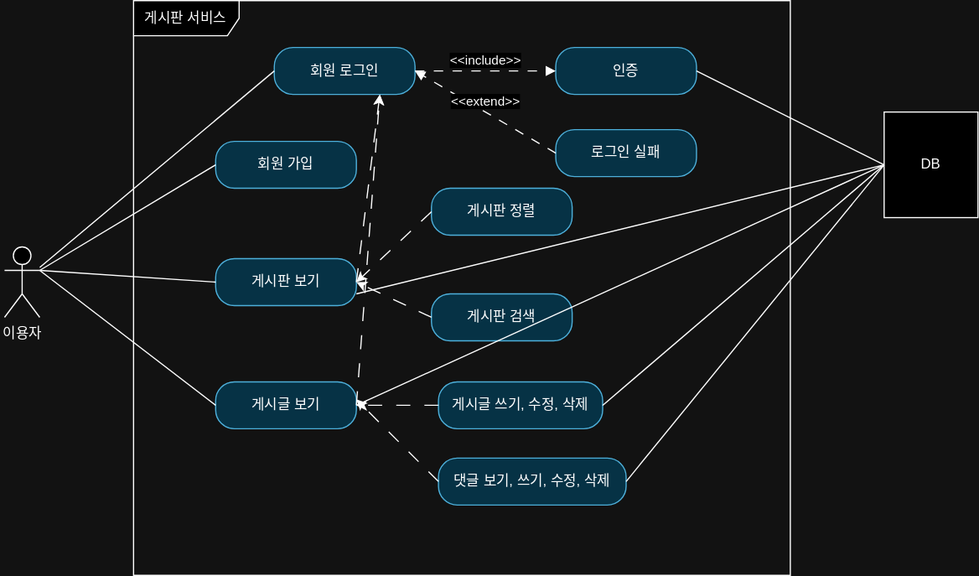
The draw.io diagram document/use-case.drawio.svg in joosang425/board-project, before a commit. Source tidied: cells renumbered, new cells last; positions are measured from the earlier drawing's top-left corner, leaving out a move shared by most shapes.
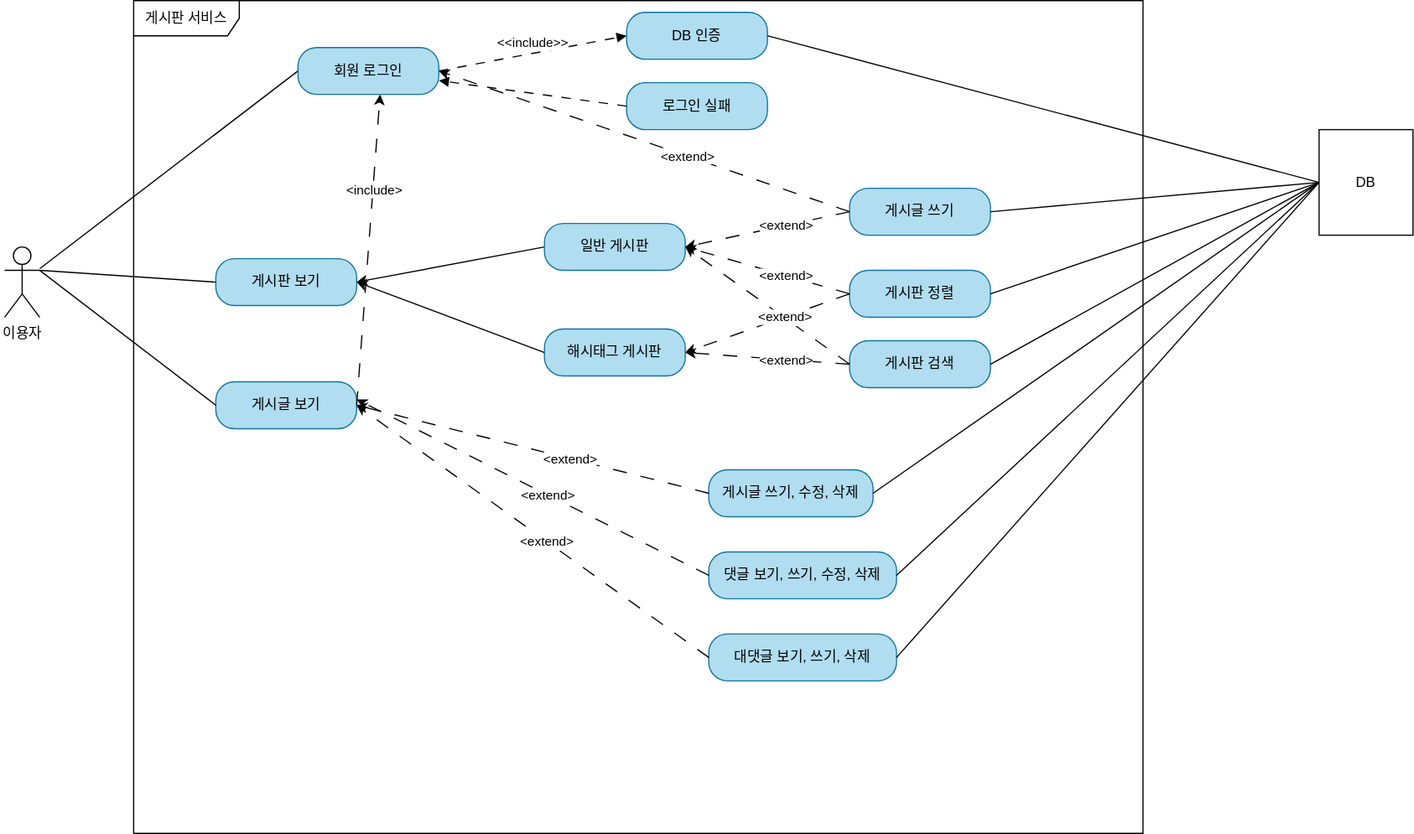
Later version of the same file.

Commit message:
#53 - use-case.svg: 현재 서비스 상황에 맞춰 업데이트

The edit, as a diff of the source:
```diff
@@ -6,10 +6,10 @@
       <mxGeometry y="210" width="30" height="60" as="geometry" />
     </mxCell>
     <mxCell id="3" value="게시판 서비스" style="shape=umlFrame;whiteSpace=wrap;html=1;width=90;height=30;rounded=1;labelBackgroundColor=none;" parent="1" vertex="1">
-      <mxGeometry x="110" width="560" height="490" as="geometry" />
+      <mxGeometry x="110" width="860" height="710" as="geometry" />
     </mxCell>
-    <mxCell id="4" value="게시판 검색" style="rounded=1;whiteSpace=wrap;html=1;arcSize=40;labelBackgroundColor=none;fillColor=#b1ddf0;strokeColor=#10739e;" parent="1" vertex="1">
-      <mxGeometry x="364" y="250" width="120" height="40" as="geometry" />
+    <mxCell id="4" value="해시태그 게시판" style="rounded=1;whiteSpace=wrap;html=1;arcSize=40;labelBackgroundColor=none;fillColor=#b1ddf0;strokeColor=#10739e;" parent="1" vertex="1">
+      <mxGeometry x="460" y="280" width="120" height="40" as="geometry" />
     </mxCell>
     <mxCell id="5" value="게시판 보기" style="rounded=1;whiteSpace=wrap;html=1;arcSize=40;labelBackgroundColor=none;fillColor=#b1ddf0;strokeColor=#10739e;" parent="1" vertex="1">
       <mxGeometry x="180" y="220" width="120" height="40" as="geometry" />
@@ -17,33 +17,21 @@
     <mxCell id="6" value="게시글 보기" style="rounded=1;whiteSpace=wrap;html=1;arcSize=40;labelBackgroundColor=none;fillColor=#b1ddf0;strokeColor=#10739e;" parent="1" vertex="1">
       <mxGeometry x="180" y="325" width="120" height="40" as="geometry" />
     </mxCell>
-    <mxCell id="7" value="회원 가입" style="rounded=1;whiteSpace=wrap;html=1;arcSize=40;labelBackgroundColor=none;fillColor=#b1ddf0;strokeColor=#10739e;" parent="1" vertex="1">
-      <mxGeometry x="180" y="120" width="120" height="40" as="geometry" />
-    </mxCell>
-    <mxCell id="8" value="게시판 정렬" style="rounded=1;whiteSpace=wrap;html=1;arcSize=40;labelBackgroundColor=none;fillColor=#b1ddf0;strokeColor=#10739e;" parent="1" vertex="1">
-      <mxGeometry x="364" y="160" width="120" height="40" as="geometry" />
-    </mxCell>
-    <mxCell id="9" value="회원 로그인" style="rounded=1;whiteSpace=wrap;html=1;arcSize=40;labelBackgroundColor=none;fillColor=#b1ddf0;strokeColor=#10739e;" parent="1" vertex="1">
-      <mxGeometry x="230" y="40" width="120" height="40" as="geometry" />
-    </mxCell>
-    <mxCell id="10" value="인증" style="rounded=1;whiteSpace=wrap;html=1;arcSize=40;labelBackgroundColor=none;fillColor=#b1ddf0;strokeColor=#10739e;" parent="1" vertex="1">
-      <mxGeometry x="470" y="40" width="120" height="40" as="geometry" />
+    <mxCell id="10" value="DB 인증" style="rounded=1;whiteSpace=wrap;html=1;arcSize=40;labelBackgroundColor=none;fillColor=#b1ddf0;strokeColor=#10739e;" parent="1" vertex="1">
+      <mxGeometry x="530" y="10" width="120" height="40" as="geometry" />
     </mxCell>
     <mxCell id="11" value="로그인 실패" style="rounded=1;whiteSpace=wrap;html=1;arcSize=40;labelBackgroundColor=none;fillColor=#b1ddf0;strokeColor=#10739e;" parent="1" vertex="1">
-      <mxGeometry x="470" y="110" width="120" height="40" as="geometry" />
+      <mxGeometry x="530" y="70" width="120" height="40" as="geometry" />
     </mxCell>
     <mxCell id="12" value="게시글 쓰기, 수정, 삭제" style="rounded=1;whiteSpace=wrap;html=1;arcSize=40;labelBackgroundColor=none;fillColor=#b1ddf0;strokeColor=#10739e;" parent="1" vertex="1">
-      <mxGeometry x="370" y="325" width="140" height="40" as="geometry" />
+      <mxGeometry x="600" y="400" width="140" height="40" as="geometry" />
     </mxCell>
     <mxCell id="13" value="댓글 보기, 쓰기, 수정, 삭제" style="rounded=1;whiteSpace=wrap;html=1;arcSize=40;labelBackgroundColor=none;fillColor=#b1ddf0;strokeColor=#10739e;" parent="1" vertex="1">
-      <mxGeometry x="370" y="390" width="160" height="40" as="geometry" />
+      <mxGeometry x="600" y="470" width="160" height="40" as="geometry" />
     </mxCell>
     <mxCell id="14" style="endArrow=none;html=1;rounded=0;entryX=0;entryY=0.5;entryDx=0;entryDy=0;" parent="1" edge="1" source="2" target="9">
       <mxGeometry relative="1" as="geometry" />
     </mxCell>
-    <mxCell id="15" style="endArrow=none;html=1;rounded=0;entryX=0;entryY=0.5;entryDx=0;entryDy=0;exitX=1;exitY=0.3333333333333333;exitDx=0;exitDy=0;exitPerimeter=0;" parent="1" edge="1" source="2" target="7">
-      <mxGeometry relative="1" as="geometry" />
-    </mxCell>
     <mxCell id="16" style="endArrow=none;html=1;rounded=0;entryX=0;entryY=0.5;entryDx=0;entryDy=0;" parent="1" edge="1" target="5">
       <mxGeometry relative="1" as="geometry">
         <mxPoint x="30" y="230" as="sourcePoint" />
@@ -57,56 +45,125 @@
     <mxCell id="18" value="&amp;lt;&amp;lt;include&amp;gt;&amp;gt;" style="html=1;verticalAlign=bottom;endArrow=block;curved=0;rounded=0;exitX=1;exitY=0.5;exitDx=0;exitDy=0;entryX=0;entryY=0.5;entryDx=0;entryDy=0;dashed=1;dashPattern=8 8;" parent="1" edge="1" source="9" target="10">
       <mxGeometry relative="1" as="geometry" />
     </mxCell>
-    <mxCell id="19" value="&amp;lt;&amp;lt;extend&amp;gt;&amp;gt;" style="html=1;verticalAlign=bottom;endArrow=block;curved=0;rounded=0;exitX=0;exitY=0.5;exitDx=0;exitDy=0;dashed=1;dashPattern=8 8;" parent="1" edge="1" source="11">
+    <mxCell id="19" value="&amp;lt;&amp;lt;extend&amp;gt;&amp;gt;" style="html=1;verticalAlign=bottom;endArrow=block;curved=0;rounded=0;exitX=0;exitY=0.5;exitDx=0;exitDy=0;dashed=1;dashPattern=8 8;" parent="1" edge="1" source="9">
       <mxGeometry relative="1" as="geometry">
         <mxPoint x="350" y="60" as="targetPoint" />
       </mxGeometry>
     </mxCell>
-    <mxCell id="20" style="endArrow=classic;html=1;rounded=0;exitX=1;exitY=0.5;exitDx=0;exitDy=0;entryX=0.75;entryY=1;entryDx=0;entryDy=0;dashed=1;dashPattern=12 12;" parent="1" edge="1" source="5" target="9">
-      <mxGeometry relative="1" as="geometry" />
-    </mxCell>
     <mxCell id="21" style="endArrow=classic;html=1;rounded=0;exitX=1;exitY=0.5;exitDx=0;exitDy=0;dashed=1;dashPattern=12 12;" parent="1" edge="1" source="6">
       <mxGeometry relative="1" as="geometry">
         <mxPoint x="320" y="80" as="targetPoint" />
       </mxGeometry>
     </mxCell>
+    <mxCell id="32" value="&amp;lt;include&amp;gt;" style="edgeLabel;html=1;align=center;verticalAlign=middle;" parent="21" vertex="1">
+      <mxGeometry x="0.38" y="-1" relative="1" as="geometry" />
+    </mxCell>
-    <mxCell id="22" style="endArrow=classic;html=1;rounded=0;exitX=0;exitY=0.5;exitDx=0;exitDy=0;dashed=1;dashPattern=12 12;entryX=1;entryY=0.5;entryDx=0;entryDy=0;" parent="1" edge="1" source="8" target="5">
+    <mxCell id="22" style="endArrow=classic;html=1;rounded=0;exitX=0;exitY=0.5;exitDx=0;exitDy=0;entryX=1;entryY=0.5;entryDx=0;entryDy=0;" parent="1" edge="1" source="8" target="5">
       <mxGeometry relative="1" as="geometry" />
     </mxCell>
-    <mxCell id="23" style="endArrow=classic;html=1;rounded=0;exitX=0;exitY=0.5;exitDx=0;exitDy=0;dashed=1;dashPattern=12 12;entryX=1;entryY=0.5;entryDx=0;entryDy=0;" parent="1" edge="1" source="4" target="5">
+    <mxCell id="23" style="endArrow=classic;html=1;rounded=0;exitX=0;exitY=0.5;exitDx=0;exitDy=0;entryX=1;entryY=0.5;entryDx=0;entryDy=0;" parent="1" edge="1" source="4" target="5">
       <mxGeometry relative="1" as="geometry" />
     </mxCell>
     <mxCell id="24" style="endArrow=classic;html=1;rounded=0;exitX=0;exitY=0.5;exitDx=0;exitDy=0;dashed=1;dashPattern=12 12;entryX=1;entryY=0.5;entryDx=0;entryDy=0;" parent="1" edge="1" source="12" target="6">
       <mxGeometry relative="1" as="geometry" />
     </mxCell>
+    <mxCell id="33" value="&amp;lt;extend&amp;gt;" style="edgeLabel;html=1;align=center;verticalAlign=middle;" parent="24" vertex="1">
+      <mxGeometry x="-0.21" relative="1" as="geometry" />
+    </mxCell>
     <mxCell id="25" style="endArrow=classic;html=1;rounded=0;exitX=0;exitY=0.5;exitDx=0;exitDy=0;dashed=1;dashPattern=12 12;" parent="1" edge="1" source="13">
       <mxGeometry relative="1" as="geometry">
         <mxPoint x="300" y="340" as="targetPoint" />
       </mxGeometry>
     </mxCell>
+    <mxCell id="34" value="&amp;lt;extend&amp;gt;" style="edgeLabel;html=1;align=center;verticalAlign=middle;" parent="25" vertex="1">
+      <mxGeometry x="-0.08" relative="1" as="geometry" />
+    </mxCell>
     <mxCell id="26" value="DB" style="html=1;whiteSpace=wrap;" parent="1" vertex="1">
-      <mxGeometry x="750" y="95" width="80" height="90" as="geometry" />
+      <mxGeometry x="1120" y="110" width="80" height="90" as="geometry" />
     </mxCell>
     <mxCell id="27" style="endArrow=none;html=1;rounded=0;entryX=0;entryY=0.5;entryDx=0;entryDy=0;exitX=1;exitY=0.5;exitDx=0;exitDy=0;" parent="1" edge="1" source="10" target="26">
       <mxGeometry relative="1" as="geometry" />
     </mxCell>
-    <mxCell id="28" style="endArrow=none;html=1;rounded=0;exitX=1;exitY=0.75;exitDx=0;exitDy=0;" parent="1" edge="1" source="5">
-      <mxGeometry relative="1" as="geometry">
-        <mxPoint x="750" y="140" as="targetPoint" />
-      </mxGeometry>
-    </mxCell>
-    <mxCell id="29" style="endArrow=none;html=1;rounded=0;exitX=1;exitY=0.5;exitDx=0;exitDy=0;" parent="1" edge="1" source="6">
-      <mxGeometry relative="1" as="geometry">
-        <mxPoint x="750" y="140" as="targetPoint" />
-      </mxGeometry>
-    </mxCell>
     <mxCell id="30" style="endArrow=none;html=1;rounded=0;exitX=1;exitY=0.5;exitDx=0;exitDy=0;entryX=0;entryY=0.5;entryDx=0;entryDy=0;" parent="1" edge="1" source="12" target="26">
       <mxGeometry relative="1" as="geometry" />
     </mxCell>
-    <mxCell id="31" style="endArrow=none;html=1;rounded=0;exitX=1;exitY=0.5;exitDx=0;exitDy=0;" parent="1" edge="1" source="13">
-      <mxGeometry relative="1" as="geometry">
-        <mxPoint x="750" y="140" as="targetPoint" />
-      </mxGeometry>
+    <mxCell id="31" style="endArrow=none;html=1;rounded=0;exitX=1;exitY=0.5;exitDx=0;exitDy=0;entryX=0;entryY=0.5;entryDx=0;entryDy=0;" parent="1" edge="1" source="13" target="26">
+      <mxGeometry relative="1" as="geometry" />
     </mxCell>
+    <mxCell id="35" value="대댓글 보기, 쓰기, 삭제" style="rounded=1;whiteSpace=wrap;html=1;arcSize=40;labelBackgroundColor=none;fillColor=#b1ddf0;strokeColor=#10739e;" parent="1" vertex="1">
+      <mxGeometry x="600" y="540" width="160" height="40" as="geometry" />
+    </mxCell>
+    <mxCell id="36" style="endArrow=classic;html=1;rounded=0;exitX=0;exitY=0.5;exitDx=0;exitDy=0;dashed=1;dashPattern=12 12;entryX=1;entryY=0.5;entryDx=0;entryDy=0;" parent="1" edge="1" source="35" target="6">
+      <mxGeometry relative="1" as="geometry" />
+    </mxCell>
+    <mxCell id="37" value="&amp;lt;extend&amp;gt;" style="edgeLabel;html=1;align=center;verticalAlign=middle;" parent="36" vertex="1">
+      <mxGeometry x="-0.08" relative="1" as="geometry" />
+    </mxCell>
+    <mxCell id="8" value="일반 게시판" style="rounded=1;whiteSpace=wrap;html=1;arcSize=40;labelBackgroundColor=none;fillColor=#b1ddf0;strokeColor=#10739e;" parent="1" vertex="1">
+      <mxGeometry x="460" y="190" width="120" height="40" as="geometry" />
+    </mxCell>
+    <mxCell id="38" value="게시글 쓰기" style="rounded=1;whiteSpace=wrap;html=1;arcSize=40;labelBackgroundColor=none;fillColor=#b1ddf0;strokeColor=#10739e;" parent="1" vertex="1">
+      <mxGeometry x="720" y="160" width="120" height="40" as="geometry" />
+    </mxCell>
+    <mxCell id="39" value="게시판 정렬" style="rounded=1;whiteSpace=wrap;html=1;arcSize=40;labelBackgroundColor=none;fillColor=#b1ddf0;strokeColor=#10739e;" parent="1" vertex="1">
+      <mxGeometry x="720" y="230" width="120" height="40" as="geometry" />
+    </mxCell>
+    <mxCell id="40" value="게시판 검색" style="rounded=1;whiteSpace=wrap;html=1;arcSize=40;labelBackgroundColor=none;fillColor=#b1ddf0;strokeColor=#10739e;" parent="1" vertex="1">
+      <mxGeometry x="720" y="290" width="120" height="40" as="geometry" />
+    </mxCell>
+    <mxCell id="41" style="endArrow=classic;html=1;rounded=0;exitX=0;exitY=0.5;exitDx=0;exitDy=0;dashed=1;dashPattern=12 12;entryX=1;entryY=0.5;entryDx=0;entryDy=0;" parent="1" edge="1" source="38" target="8">
+      <mxGeometry relative="1" as="geometry" />
+    </mxCell>
+    <mxCell id="42" value="&amp;lt;extend&amp;gt;" style="edgeLabel;html=1;align=center;verticalAlign=middle;" parent="41" vertex="1">
+      <mxGeometry x="-0.21" relative="1" as="geometry" />
+    </mxCell>
+    <mxCell id="43" style="endArrow=classic;html=1;rounded=0;exitX=0;exitY=0.5;exitDx=0;exitDy=0;dashed=1;dashPattern=12 12;entryX=1;entryY=0.5;entryDx=0;entryDy=0;" parent="1" edge="1" source="38" target="9">
+      <mxGeometry relative="1" as="geometry" />
+    </mxCell>
+    <mxCell id="44" value="&amp;lt;extend&amp;gt;" style="edgeLabel;html=1;align=center;verticalAlign=middle;" parent="43" vertex="1">
+      <mxGeometry x="-0.21" relative="1" as="geometry" />
+    </mxCell>
+    <mxCell id="45" style="endArrow=classic;html=1;rounded=0;exitX=0;exitY=0.5;exitDx=0;exitDy=0;dashed=1;dashPattern=12 12;entryX=1;entryY=0.5;entryDx=0;entryDy=0;" parent="1" edge="1" source="39" target="8">
+      <mxGeometry relative="1" as="geometry" />
+    </mxCell>
+    <mxCell id="46" value="&amp;lt;extend&amp;gt;" style="edgeLabel;html=1;align=center;verticalAlign=middle;" parent="45" vertex="1">
+      <mxGeometry x="-0.21" relative="1" as="geometry" />
+    </mxCell>
+    <mxCell id="47" style="endArrow=classic;html=1;rounded=0;exitX=0;exitY=0.5;exitDx=0;exitDy=0;dashed=1;dashPattern=12 12;entryX=1;entryY=0.5;entryDx=0;entryDy=0;" parent="1" edge="1" source="40" target="8">
+      <mxGeometry relative="1" as="geometry" />
+    </mxCell>
+    <mxCell id="48" value="&amp;lt;extend&amp;gt;" style="edgeLabel;html=1;align=center;verticalAlign=middle;" parent="47" vertex="1">
+      <mxGeometry x="-0.21" relative="1" as="geometry" />
+    </mxCell>
+    <mxCell id="49" style="endArrow=classic;html=1;rounded=0;dashed=1;dashPattern=12 12;entryX=1;entryY=0.5;entryDx=0;entryDy=0;exitX=0;exitY=0.5;exitDx=0;exitDy=0;" parent="1" edge="1" source="39" target="4">
+      <mxGeometry relative="1" as="geometry" />
+    </mxCell>
+    <mxCell id="50" value="&amp;lt;extend&amp;gt;" style="edgeLabel;html=1;align=center;verticalAlign=middle;" parent="49" vertex="1">
+      <mxGeometry x="-0.21" relative="1" as="geometry" />
+    </mxCell>
+    <mxCell id="51" style="endArrow=classic;html=1;rounded=0;dashed=1;dashPattern=12 12;entryX=1;entryY=0.5;entryDx=0;entryDy=0;exitX=0;exitY=0.5;exitDx=0;exitDy=0;" parent="1" edge="1" source="40" target="4">
+      <mxGeometry relative="1" as="geometry" />
+    </mxCell>
+    <mxCell id="52" value="&amp;lt;extend&amp;gt;" style="edgeLabel;html=1;align=center;verticalAlign=middle;" parent="51" vertex="1">
+      <mxGeometry x="-0.21" relative="1" as="geometry" />
+    </mxCell>
+    <mxCell id="53" style="html=1;verticalAlign=bottom;endArrow=block;curved=0;rounded=0;exitX=0;exitY=0.5;exitDx=0;exitDy=0;dashed=1;dashPattern=8 8;" parent="1" edge="1" source="11" target="9">
+      <mxGeometry relative="1" as="geometry" />
+    </mxCell>
+    <mxCell id="9" value="회원 로그인" style="rounded=1;whiteSpace=wrap;html=1;arcSize=40;labelBackgroundColor=none;fillColor=#b1ddf0;strokeColor=#10739e;" parent="1" vertex="1">
+      <mxGeometry x="250" y="40" width="120" height="40" as="geometry" />
+    </mxCell>
+    <mxCell id="54" style="endArrow=none;html=1;rounded=0;exitX=1;exitY=0.5;exitDx=0;exitDy=0;entryX=0;entryY=0.5;entryDx=0;entryDy=0;" parent="1" edge="1" source="38" target="26">
+      <mxGeometry relative="1" as="geometry" />
+    </mxCell>
+    <mxCell id="55" style="endArrow=none;html=1;rounded=0;exitX=1;exitY=0.5;exitDx=0;exitDy=0;entryX=0;entryY=0.5;entryDx=0;entryDy=0;" parent="1" edge="1" source="39" target="26">
+      <mxGeometry relative="1" as="geometry" />
+    </mxCell>
+    <mxCell id="56" style="endArrow=none;html=1;rounded=0;exitX=1;exitY=0.5;exitDx=0;exitDy=0;entryX=0;entryY=0.5;entryDx=0;entryDy=0;" parent="1" edge="1" source="40" target="26">
+      <mxGeometry relative="1" as="geometry" />
+    </mxCell>
+    <mxCell id="57" style="endArrow=none;html=1;rounded=0;exitX=1;exitY=0.5;exitDx=0;exitDy=0;entryX=0;entryY=0.5;entryDx=0;entryDy=0;" parent="1" edge="1" source="35" target="26">
+      <mxGeometry relative="1" as="geometry" />
+    </mxCell>
   </root>
 </mxGraphModel>
```
